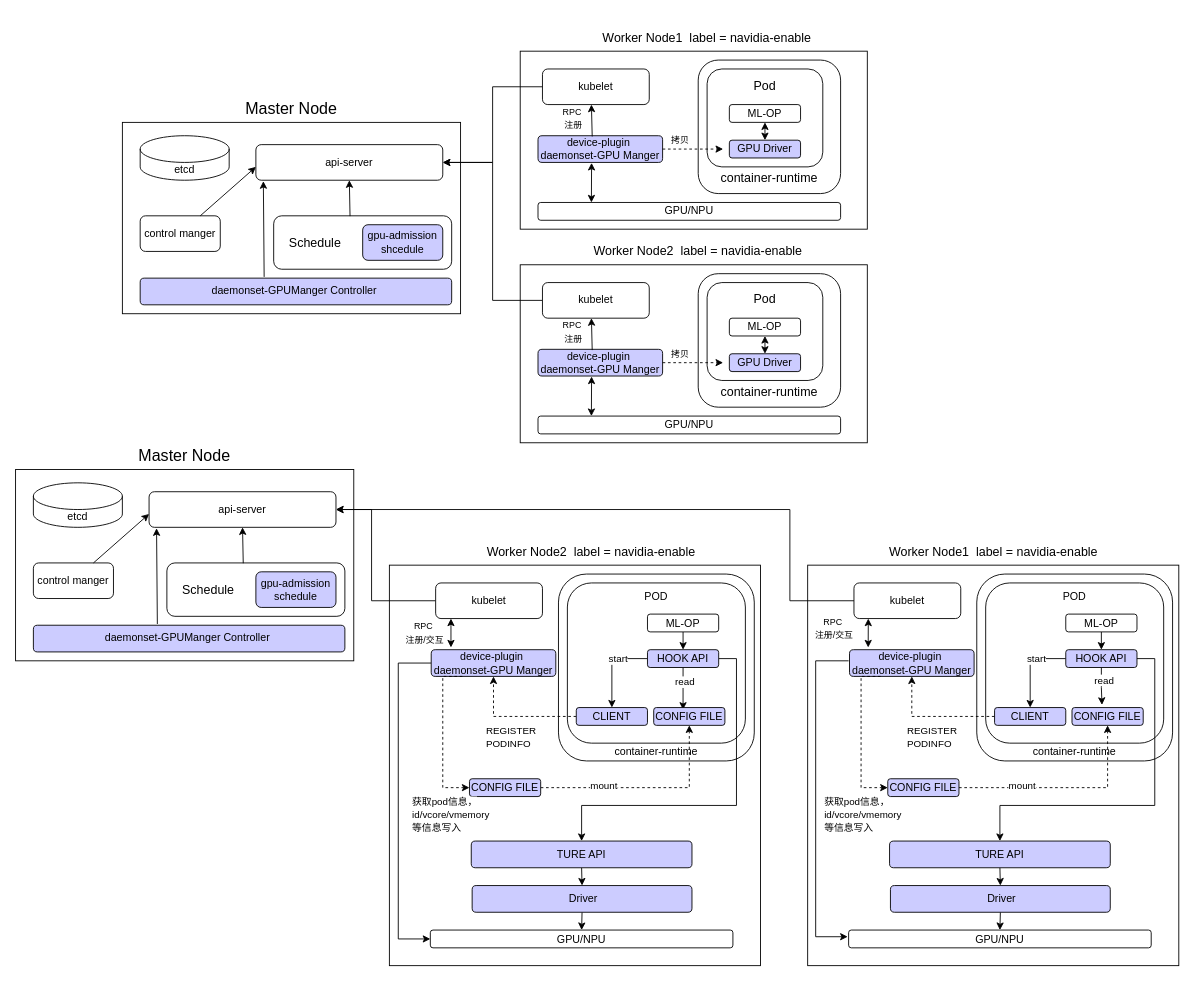
The draw.io diagram k8s_gpu.drawio in We1less1111/draw.io, before the edit. Source tidied: cells renumbered, new cells numbered last; positions are measured from the earlier drawing's top-left corner, leaving out a move shared by most shapes. Both pictures are drawn from the tidied source at 89%, with x=0, y=0 at pixel (15, 15).
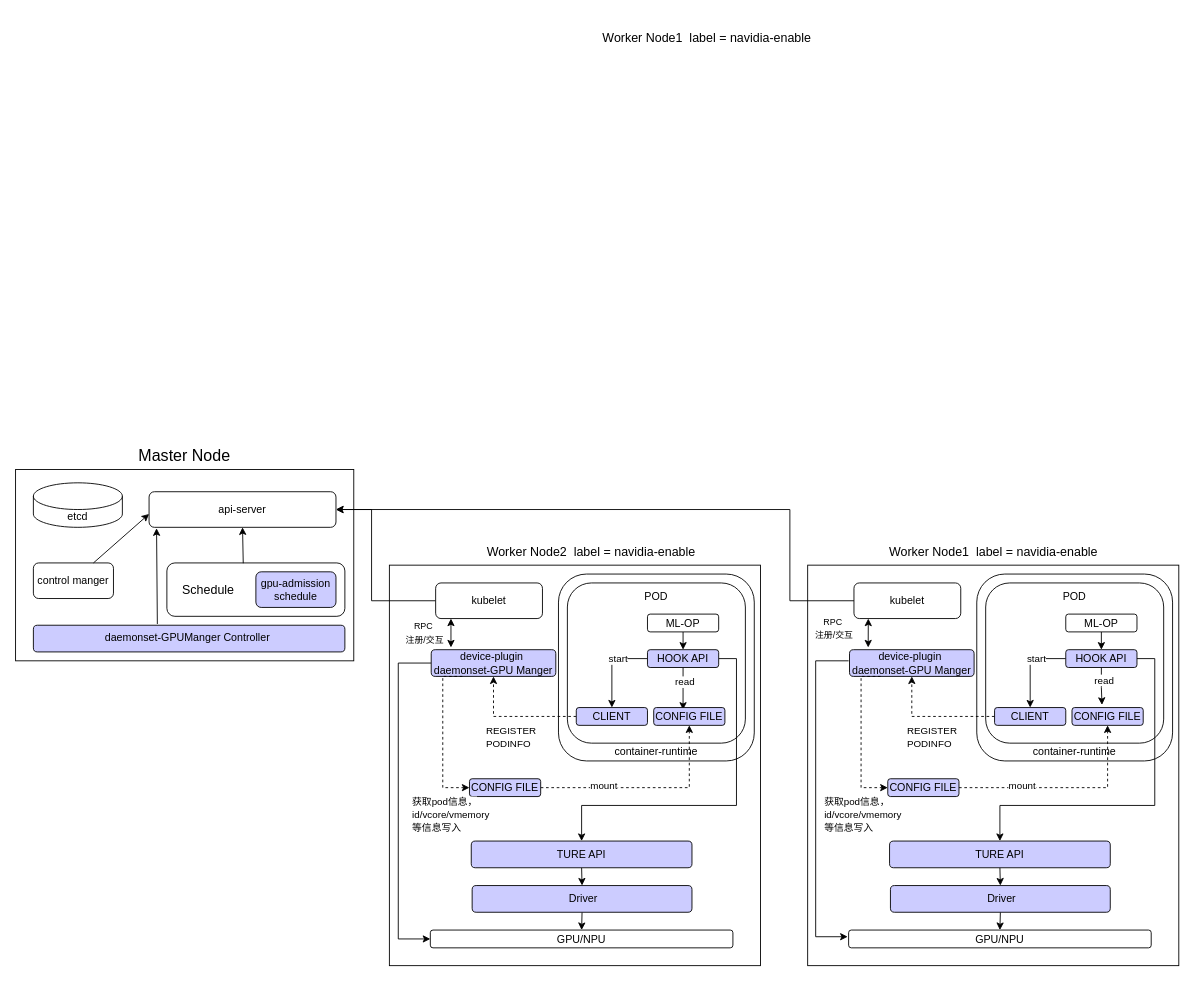
The same diagram, later.

Unchanged cells that the change refers to:
```xml
<mxCell id="28" style="group;" parent="1" vertex="1">
  <mxGeometry x="567" width="390" height="240" as="geometry" />
</mxCell>
```

Diff of the diagram source:
```diff
@@
-    <mxCell id="2" style="rounded=0;whiteSpace=wrap;html=1;" parent="1" vertex="1">
-      <mxGeometry x="120" y="120" width="380" height="215" as="geometry" />
-    </mxCell>
-    <mxCell id="3" value="api-server" style="rounded=1;whiteSpace=wrap;html=1;" parent="1" vertex="1">
-      <mxGeometry x="270" y="145" width="210" height="40" as="geometry" />
-    </mxCell>
-    <mxCell id="4" value="control manger" style="rounded=1;whiteSpace=wrap;html=1;" parent="1" vertex="1">
-      <mxGeometry x="140" y="225" width="90" height="40" as="geometry" />
-    </mxCell>
-    <mxCell id="5" value="&lt;font style=&quot;font-size: 14px;&quot;&gt;&amp;nbsp; &amp;nbsp; Schedule&lt;/font&gt;" style="rounded=1;whiteSpace=wrap;html=1;align=left;" parent="1" vertex="1">
-      <mxGeometry x="290" y="225" width="200" height="60" as="geometry" />
-    </mxCell>
-    <mxCell id="6" value="gpu-admission&lt;br&gt;shcedule" style="rounded=1;whiteSpace=wrap;html=1;fillColor=#CCCCFF;" parent="1" vertex="1">
-      <mxGeometry x="390" y="235" width="90" height="40" as="geometry" />
-    </mxCell>
-    <mxCell id="7" value="etcd" style="shape=cylinder3;whiteSpace=wrap;html=1;boundedLbl=1;backgroundOutline=1;size=15;" parent="1" vertex="1">
-      <mxGeometry x="140" y="135" width="100" height="50" as="geometry" />
-    </mxCell>
-    <mxCell id="8" value="daemonset-GPUManger Controller&amp;nbsp;" style="rounded=1;whiteSpace=wrap;html=1;fillColor=#CCCCFF;verticalAlign=top;" parent="1" vertex="1">
-      <mxGeometry x="140" y="295" width="350" height="30" as="geometry" />
-    </mxCell>
-    <mxCell id="9" value="&lt;font style=&quot;font-size: 18px;&quot;&gt;Master Node&lt;/font&gt;" style="text;html=1;strokeColor=none;fillColor=none;align=center;verticalAlign=middle;whiteSpace=wrap;rounded=0;" parent="1" vertex="1">
-      <mxGeometry x="255" y="90" width="110" height="30" as="geometry" />
-    </mxCell>
-    <mxCell id="10" style="rounded=0;whiteSpace=wrap;html=1;" parent="1" vertex="1">
-      <mxGeometry x="567" y="280" width="390" height="200" as="geometry" />
-    </mxCell>
-    <mxCell id="11" style="edgeStyle=orthogonalEdgeStyle;rounded=0;jettySize=auto;html=1;entryX=1;entryY=0.5;entryDx=0;entryDy=0;" parent="1" edge="1" source="12" target="3">
-      <mxGeometry relative="1" as="geometry" />
-    </mxCell>
-    <mxCell id="12" value="kubelet" style="rounded=1;whiteSpace=wrap;html=1;" parent="1" vertex="1">
-      <mxGeometry x="592" y="300" width="120" height="40" as="geometry" />
-    </mxCell>
-    <mxCell id="13" value="device-plugin&amp;nbsp; &lt;br&gt;daemonset-GPU Manger" style="rounded=1;whiteSpace=wrap;html=1;fillColor=#CCCCFF;" parent="1" vertex="1">
-      <mxGeometry x="587" y="375" width="140" height="30" as="geometry" />
-    </mxCell>
-    <mxCell id="14" value="GPU/NPU" style="rounded=1;whiteSpace=wrap;html=1;" parent="1" vertex="1">
-      <mxGeometry x="587" y="450" width="340" height="20" as="geometry" />
-    </mxCell>
-    <mxCell id="15" style="endArrow=classic;startArrow=classic;html=1;rounded=0;entryX=0.43;entryY=1.017;entryDx=0;entryDy=0;entryPerimeter=0;" parent="1" edge="1" target="13">
-      <mxGeometry relative="1" as="geometry">
-        <mxPoint x="647" y="450" as="sourcePoint" />
-      </mxGeometry>
-    </mxCell>
-    <mxCell id="16" style="endArrow=classic;html=1;rounded=0;exitX=0.435;exitY=0.029;exitDx=0;exitDy=0;exitPerimeter=0;" parent="1" edge="1" source="13">
-      <mxGeometry relative="1" as="geometry">
-        <mxPoint x="647" y="340" as="targetPoint" />
-      </mxGeometry>
-    </mxCell>
-    <mxCell id="17" value="&lt;font style=&quot;font-size: 10px;&quot;&gt;RPC&amp;nbsp;&lt;br&gt;注册&lt;/font&gt;" style="text;html=1;strokeColor=none;fillColor=none;align=center;verticalAlign=middle;whiteSpace=wrap;rounded=0;" parent="1" vertex="1">
-      <mxGeometry x="597" y="340" width="60" height="30" as="geometry" />
-    </mxCell>
-    <mxCell id="18" value="&lt;font style=&quot;font-size: 14px;&quot;&gt;Worker Node2&amp;nbsp; label = navidia-enable&lt;/font&gt;" style="text;html=1;strokeColor=none;fillColor=none;align=center;verticalAlign=middle;whiteSpace=wrap;rounded=0;" parent="1" vertex="1">
-      <mxGeometry x="617" y="250" width="300" height="30" as="geometry" />
-    </mxCell>
-    <mxCell id="19" value="&lt;br&gt;&lt;br&gt;&lt;br&gt;&lt;br&gt;&lt;br&gt;&lt;br&gt;&lt;br&gt;&lt;br&gt;&lt;font style=&quot;font-size: 14px;&quot;&gt;container-runtime&lt;/font&gt;" style="rounded=1;whiteSpace=wrap;html=1;" parent="1" vertex="1">
-      <mxGeometry x="767" y="290" width="160" height="150" as="geometry" />
-    </mxCell>
-    <mxCell id="20" value="&lt;div style=&quot;text-align: left;&quot;&gt;&lt;span style=&quot;background-color: initial;&quot;&gt;&lt;font style=&quot;font-size: 14px;&quot;&gt;Pod&lt;/font&gt;&lt;/span&gt;&lt;/div&gt;&lt;div style=&quot;text-align: left;&quot;&gt;&lt;span style=&quot;background-color: initial;&quot;&gt;&lt;br&gt;&lt;/span&gt;&lt;/div&gt;&lt;div style=&quot;text-align: left;&quot;&gt;&lt;span style=&quot;background-color: initial;&quot;&gt;&lt;br&gt;&lt;/span&gt;&lt;/div&gt;&lt;div style=&quot;text-align: left;&quot;&gt;&lt;span style=&quot;background-color: initial;&quot;&gt;&lt;br&gt;&lt;/span&gt;&lt;/div&gt;&lt;div style=&quot;text-align: left;&quot;&gt;&lt;span style=&quot;background-color: initial;&quot;&gt;&lt;br&gt;&lt;/span&gt;&lt;/div&gt;&lt;div style=&quot;text-align: left;&quot;&gt;&lt;span style=&quot;background-color: initial;&quot;&gt;&lt;br&gt;&lt;/span&gt;&lt;/div&gt;" style="rounded=1;whiteSpace=wrap;html=1;" parent="1" vertex="1">
-      <mxGeometry x="777" y="300" width="130" height="110" as="geometry" />
-    </mxCell>
-    <mxCell id="21" value="ML-OP" style="rounded=1;whiteSpace=wrap;html=1;" parent="1" vertex="1">
-      <mxGeometry x="802" y="340" width="80" height="20" as="geometry" />
-    </mxCell>
-    <mxCell id="22" value="GPU Driver" style="rounded=1;whiteSpace=wrap;html=1;fillColor=#CCCCFF;" parent="1" vertex="1">
-      <mxGeometry x="802" y="380" width="80" height="20" as="geometry" />
-    </mxCell>
-    <mxCell id="23" style="endArrow=classic;startArrow=classic;html=1;rounded=0;exitX=0.5;exitY=0;exitDx=0;exitDy=0;entryX=0.5;entryY=1;entryDx=0;entryDy=0;" parent="1" edge="1" source="22" target="21">
-      <mxGeometry relative="1" as="geometry" />
-    </mxCell>
-    <mxCell id="24" style="group;" parent="1" vertex="1">
-      <mxGeometry x="739" y="390" width="56" as="geometry" />
-    </mxCell>
-    <mxCell id="25" style="endArrow=none;dashed=1;html=1;rounded=0;exitX=1;exitY=0.5;exitDx=0;exitDy=0;" parent="24" edge="1" source="13">
-      <mxGeometry relative="1" as="geometry">
-        <mxPoint x="49" as="targetPoint" />
-      </mxGeometry>
-    </mxCell>
-    <mxCell id="26" style="endArrow=classic;html=1;rounded=0;" parent="24" edge="1">
-      <mxGeometry relative="1" as="geometry">
-        <mxPoint x="49" as="sourcePoint" />
-        <mxPoint x="56" as="targetPoint" />
-      </mxGeometry>
-    </mxCell>
-    <mxCell id="27" value="&lt;span style=&quot;font-size: 10px;&quot;&gt;拷贝&lt;/span&gt;" style="text;html=1;strokeColor=none;fillColor=none;align=center;verticalAlign=middle;whiteSpace=wrap;rounded=0;" parent="1" vertex="1">
-      <mxGeometry x="717" y="365" width="60" height="30" as="geometry" />
-    </mxCell>
@@
-    <mxCell id="29" style="rounded=0;whiteSpace=wrap;html=1;" parent="28" vertex="1">
-      <mxGeometry y="40" width="390" height="200" as="geometry" />
-    </mxCell>
-    <mxCell id="30" value="kubelet" style="rounded=1;whiteSpace=wrap;html=1;" parent="28" vertex="1">
-      <mxGeometry x="25" y="60" width="120" height="40" as="geometry" />
-    </mxCell>
-    <mxCell id="31" value="device-plugin&amp;nbsp; &lt;br&gt;daemonset-GPU Manger" style="rounded=1;whiteSpace=wrap;html=1;fillColor=#CCCCFF;" parent="28" vertex="1">
-      <mxGeometry x="20" y="135" width="140" height="30" as="geometry" />
-    </mxCell>
-    <mxCell id="32" value="GPU/NPU" style="rounded=1;whiteSpace=wrap;html=1;" parent="28" vertex="1">
-      <mxGeometry x="20" y="210" width="340" height="20" as="geometry" />
-    </mxCell>
-    <mxCell id="33" style="endArrow=classic;startArrow=classic;html=1;rounded=0;entryX=0.43;entryY=1.017;entryDx=0;entryDy=0;entryPerimeter=0;" parent="28" edge="1" target="31">
-      <mxGeometry relative="1" as="geometry">
-        <mxPoint x="80" y="210" as="sourcePoint" />
-      </mxGeometry>
-    </mxCell>
-    <mxCell id="34" style="endArrow=classic;html=1;rounded=0;exitX=0.435;exitY=0.029;exitDx=0;exitDy=0;exitPerimeter=0;" parent="28" edge="1" source="31">
-      <mxGeometry relative="1" as="geometry">
-        <mxPoint x="80" y="100" as="targetPoint" />
-      </mxGeometry>
-    </mxCell>
-    <mxCell id="35" value="&lt;font style=&quot;font-size: 10px;&quot;&gt;RPC&amp;nbsp;&lt;br&gt;注册&lt;/font&gt;" style="text;html=1;strokeColor=none;fillColor=none;align=center;verticalAlign=middle;whiteSpace=wrap;rounded=0;" parent="28" vertex="1">
-      <mxGeometry x="30" y="100" width="60" height="30" as="geometry" />
-    </mxCell>
@@
-    <mxCell id="37" value="&lt;br&gt;&lt;br&gt;&lt;br&gt;&lt;br&gt;&lt;br&gt;&lt;br&gt;&lt;br&gt;&lt;br&gt;&lt;font style=&quot;font-size: 14px;&quot;&gt;container-runtime&lt;/font&gt;" style="rounded=1;whiteSpace=wrap;html=1;" parent="28" vertex="1">
-      <mxGeometry x="200" y="50" width="160" height="150" as="geometry" />
-    </mxCell>
-    <mxCell id="38" value="&lt;div style=&quot;text-align: left;&quot;&gt;&lt;span style=&quot;background-color: initial;&quot;&gt;&lt;font style=&quot;font-size: 14px;&quot;&gt;Pod&lt;/font&gt;&lt;/span&gt;&lt;/div&gt;&lt;div style=&quot;text-align: left;&quot;&gt;&lt;span style=&quot;background-color: initial;&quot;&gt;&lt;br&gt;&lt;/span&gt;&lt;/div&gt;&lt;div style=&quot;text-align: left;&quot;&gt;&lt;span style=&quot;background-color: initial;&quot;&gt;&lt;br&gt;&lt;/span&gt;&lt;/div&gt;&lt;div style=&quot;text-align: left;&quot;&gt;&lt;span style=&quot;background-color: initial;&quot;&gt;&lt;br&gt;&lt;/span&gt;&lt;/div&gt;&lt;div style=&quot;text-align: left;&quot;&gt;&lt;span style=&quot;background-color: initial;&quot;&gt;&lt;br&gt;&lt;/span&gt;&lt;/div&gt;&lt;div style=&quot;text-align: left;&quot;&gt;&lt;span style=&quot;background-color: initial;&quot;&gt;&lt;br&gt;&lt;/span&gt;&lt;/div&gt;" style="rounded=1;whiteSpace=wrap;html=1;" parent="28" vertex="1">
-      <mxGeometry x="210" y="60" width="130" height="110" as="geometry" />
-    </mxCell>
-    <mxCell id="39" value="ML-OP" style="rounded=1;whiteSpace=wrap;html=1;" parent="28" vertex="1">
-      <mxGeometry x="235" y="100" width="80" height="20" as="geometry" />
-    </mxCell>
-    <mxCell id="40" value="GPU Driver" style="rounded=1;whiteSpace=wrap;html=1;fillColor=#CCCCFF;" parent="28" vertex="1">
-      <mxGeometry x="235" y="140" width="80" height="20" as="geometry" />
-    </mxCell>
-    <mxCell id="41" style="endArrow=classic;startArrow=classic;html=1;rounded=0;exitX=0.5;exitY=0;exitDx=0;exitDy=0;entryX=0.5;entryY=1;entryDx=0;entryDy=0;" parent="28" edge="1" source="40" target="39">
-      <mxGeometry relative="1" as="geometry" />
-    </mxCell>
-    <mxCell id="42" style="group;" parent="28" vertex="1">
-      <mxGeometry x="172" y="150" width="56" as="geometry" />
-    </mxCell>
-    <mxCell id="43" style="endArrow=none;dashed=1;html=1;rounded=0;exitX=1;exitY=0.5;exitDx=0;exitDy=0;" parent="42" edge="1" source="31">
-      <mxGeometry relative="1" as="geometry">
-        <mxPoint x="49" as="targetPoint" />
-      </mxGeometry>
-    </mxCell>
-    <mxCell id="44" style="endArrow=classic;html=1;rounded=0;" parent="42" edge="1">
-      <mxGeometry relative="1" as="geometry">
-        <mxPoint x="49" as="sourcePoint" />
-        <mxPoint x="56" as="targetPoint" />
-      </mxGeometry>
-    </mxCell>
-    <mxCell id="45" value="&lt;span style=&quot;font-size: 10px;&quot;&gt;拷贝&lt;/span&gt;" style="text;html=1;strokeColor=none;fillColor=none;align=center;verticalAlign=middle;whiteSpace=wrap;rounded=0;" parent="28" vertex="1">
-      <mxGeometry x="150" y="125" width="60" height="30" as="geometry" />
-    </mxCell>
-    <mxCell id="46" style="endArrow=classic;html=1;rounded=0;exitX=0.75;exitY=0;exitDx=0;exitDy=0;" parent="1" edge="1" source="4">
-      <mxGeometry relative="1" as="geometry">
-        <mxPoint x="270" y="170" as="targetPoint" />
-      </mxGeometry>
-    </mxCell>
-    <mxCell id="47" style="endArrow=classic;html=1;rounded=0;entryX=0.04;entryY=1.026;entryDx=0;entryDy=0;entryPerimeter=0;exitX=0.398;exitY=-0.046;exitDx=0;exitDy=0;exitPerimeter=0;" parent="1" edge="1" source="8" target="3">
-      <mxGeometry relative="1" as="geometry" />
-    </mxCell>
-    <mxCell id="48" style="endArrow=classic;html=1;rounded=0;exitX=0.429;exitY=0.006;exitDx=0;exitDy=0;exitPerimeter=0;entryX=0.5;entryY=1;entryDx=0;entryDy=0;" parent="1" edge="1" source="5" target="3">
-      <mxGeometry relative="1" as="geometry" />
-    </mxCell>
-    <mxCell id="49" style="edgeStyle=orthogonalEdgeStyle;rounded=0;jettySize=auto;html=1;entryX=1;entryY=0.5;entryDx=0;entryDy=0;" parent="1" edge="1" source="30" target="3">
-      <mxGeometry relative="1" as="geometry" />
-    </mxCell>
```
